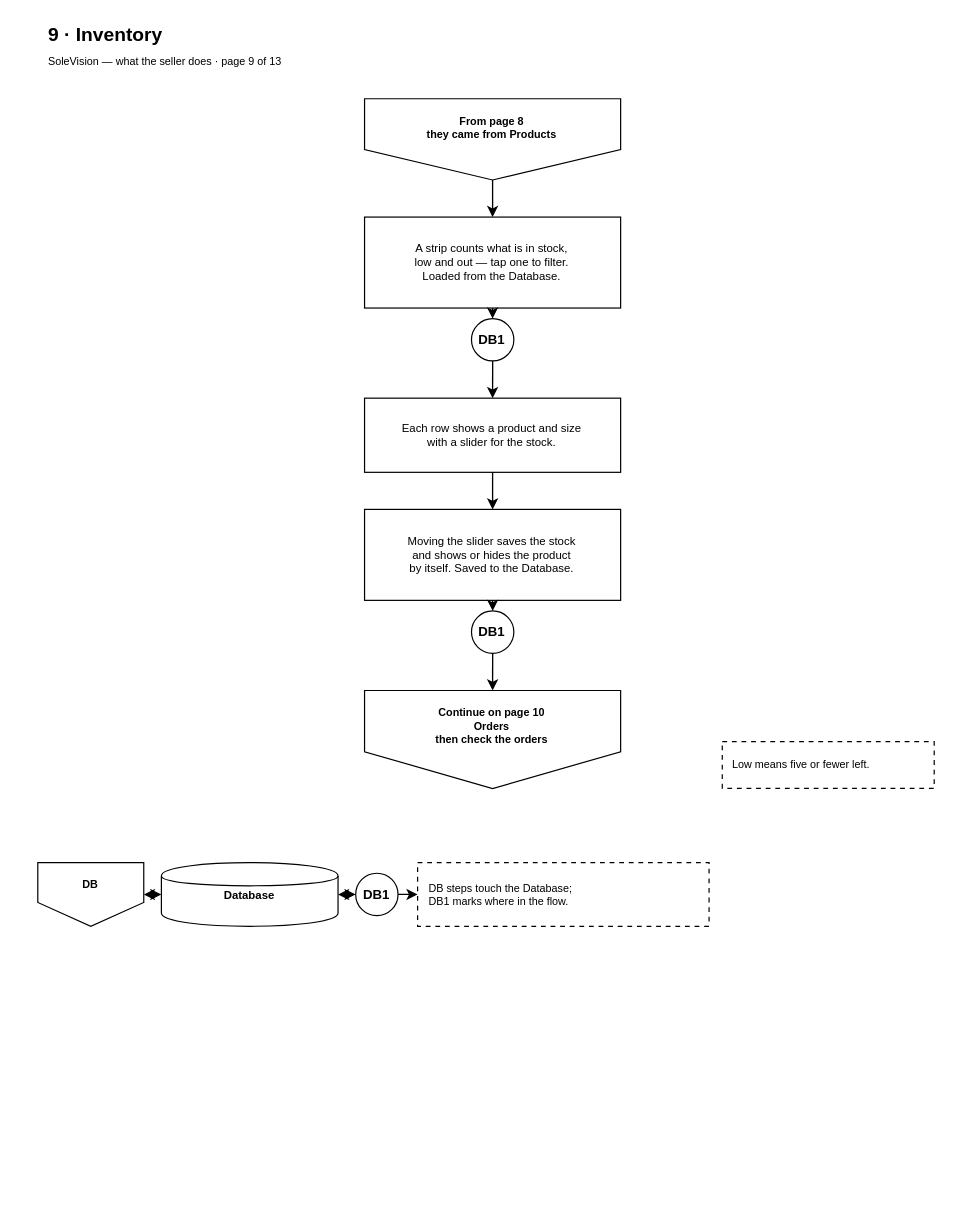
Above: page "9 Inventory" (9 of 19) of docs/diagrams/seller-journey-flowchart.drawio in kibs06/CUF (draw.io), before the change. Source tidied: cells renumbered, new cells numbered last; positions are measured from the earlier drawing's top-left corner, leaving out a move shared by most shapes. Both pictures are drawn from the tidied source at 120%, with x=0, y=0 at pixel (37, 20).
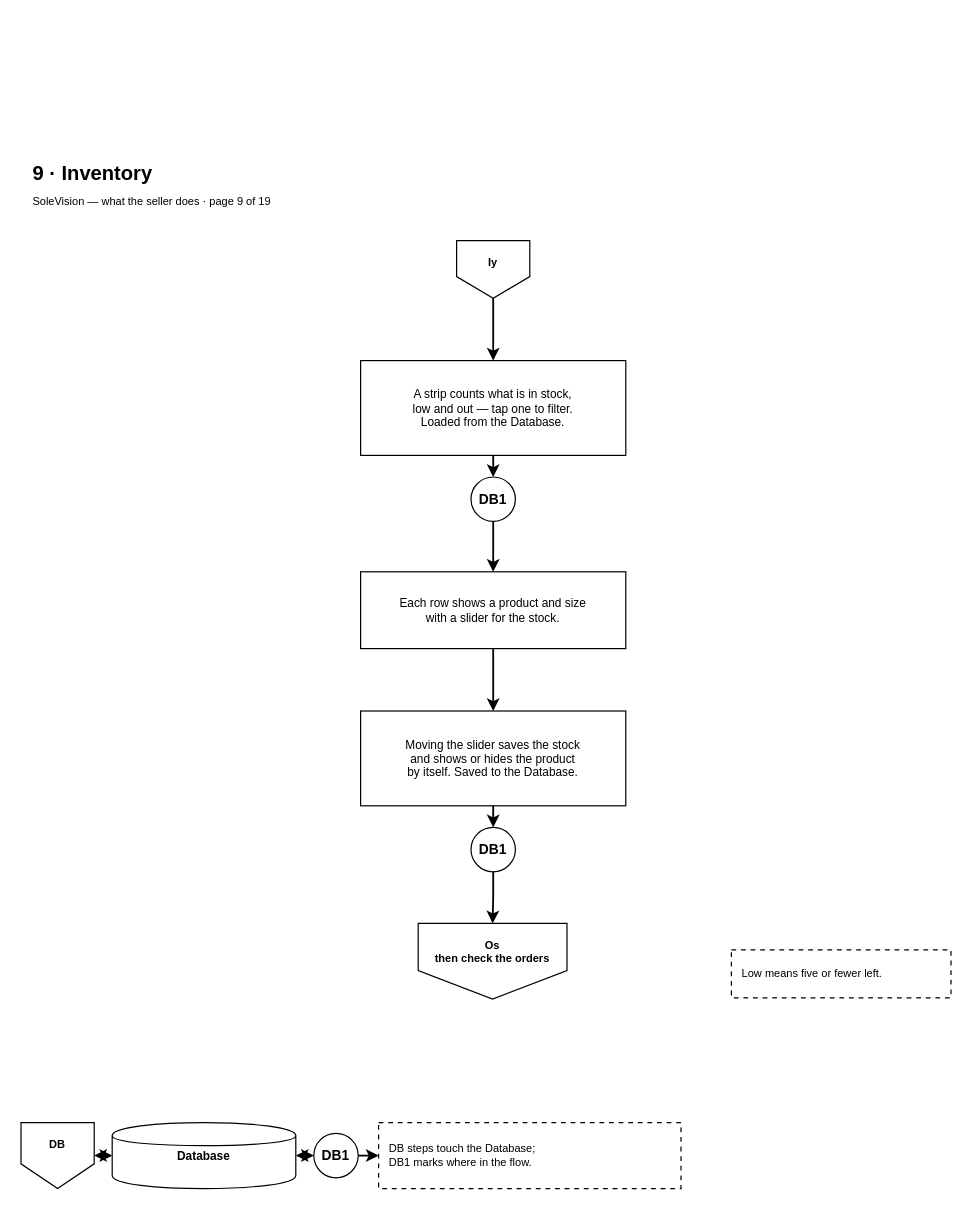
The same page after the edit.

Diff of the diagram source:
```diff
@@
-    <mxCell id="2" value="From page 8&lt;br&gt;they came from Products" style="shape=offPageConnector;whiteSpace=wrap;html=1;fillColor=none;strokeColor=light-dark(#000000,#FFFFFF);fontColor=light-dark(#000000,#FFFFFF);fontSize=9;fontStyle=1;verticalAlign=top;spacingTop=7.4;perimeter=rectanglePerimeter;" parent="1" vertex="1">
-      <mxGeometry x="272.3" y="64.8" width="213.4" height="67.7" as="geometry" />
+    <mxCell id="2" value="Iy" style="shape=offPageConnector;whiteSpace=wrap;html=1;fillColor=none;strokeColor=light-dark(#000000,#FFFFFF);fontColor=light-dark(#000000,#FFFFFF);fontSize=9.2;fontStyle=1;verticalAlign=top;spacingTop=7.6;perimeter=rectanglePerimeter;" parent="1" vertex="1">
+      <mxGeometry x="349" y="183" width="61" height="48" as="geometry" />
     </mxCell>
-    <mxCell id="3" value="A strip counts what is in stock,&lt;br&gt;low and out — tap one to filter.&lt;br&gt;Loaded from the Database." style="rounded=0;whiteSpace=wrap;html=1;fillColor=none;strokeColor=light-dark(#000000,#FFFFFF);fontColor=light-dark(#000000,#FFFFFF);fontSize=9.5;" parent="1" vertex="1">
-      <mxGeometry x="272.3" y="163.4" width="213.4" height="75.8" as="geometry" />
+    <mxCell id="3" value="A strip counts what is in stock,&lt;br&gt;low and out — tap one to filter.&lt;br&gt;Loaded from the Database." style="rounded=0;whiteSpace=wrap;html=1;fillColor=none;strokeColor=light-dark(#000000,#FFFFFF);fontColor=light-dark(#000000,#FFFFFF);fontSize=9.9;" parent="1" vertex="1">
+      <mxGeometry x="269" y="283" width="221" height="79" as="geometry" />
     </mxCell>
-    <mxCell id="4" value="DB1" style="ellipse;whiteSpace=wrap;html=1;fillColor=none;strokeColor=light-dark(#000000,#FFFFFF);fontColor=light-dark(#000000,#FFFFFF);fontSize=11;fontStyle=1;perimeter=ellipsePerimeter;" parent="1" vertex="1">
-      <mxGeometry x="361.4" y="248" width="35.3" height="35.3" as="geometry" />
+    <mxCell id="4" value="DB1" style="ellipse;whiteSpace=wrap;html=1;fillColor=none;strokeColor=light-dark(#000000,#FFFFFF);fontColor=light-dark(#000000,#FFFFFF);fontSize=11.5;fontStyle=1;perimeter=ellipsePerimeter;" parent="1" vertex="1">
+      <mxGeometry x="361" y="380" width="37" height="37" as="geometry" />
     </mxCell>
-    <mxCell id="5" value="Each row shows a product and size&lt;br&gt;with a slider for the stock." style="rounded=0;whiteSpace=wrap;html=1;fillColor=none;strokeColor=light-dark(#000000,#FFFFFF);fontColor=light-dark(#000000,#FFFFFF);fontSize=9.5;" parent="1" vertex="1">
-      <mxGeometry x="272.3" y="314.3" width="213.4" height="61.8" as="geometry" />
+    <mxCell id="5" value="Each row shows a product and size&lt;br&gt;with a slider for the stock." style="rounded=0;whiteSpace=wrap;html=1;fillColor=none;strokeColor=light-dark(#000000,#FFFFFF);fontColor=light-dark(#000000,#FFFFFF);fontSize=9.9;" parent="1" vertex="1">
+      <mxGeometry x="269" y="459" width="221" height="64" as="geometry" />
     </mxCell>
-    <mxCell id="6" value="Moving the slider saves the stock&lt;br&gt;and shows or hides the product&lt;br&gt;by itself. Saved to the Database." style="rounded=0;whiteSpace=wrap;html=1;fillColor=none;strokeColor=light-dark(#000000,#FFFFFF);fontColor=light-dark(#000000,#FFFFFF);fontSize=9.5;" parent="1" vertex="1">
-      <mxGeometry x="272.3" y="407" width="213.4" height="75.8" as="geometry" />
+    <mxCell id="6" value="Moving the slider saves the stock&lt;br&gt;and shows or hides the product&lt;br&gt;by itself. Saved to the Database." style="rounded=0;whiteSpace=wrap;html=1;fillColor=none;strokeColor=light-dark(#000000,#FFFFFF);fontColor=light-dark(#000000,#FFFFFF);fontSize=9.9;" parent="1" vertex="1">
+      <mxGeometry x="269" y="575" width="221" height="79" as="geometry" />
     </mxCell>
-    <mxCell id="7" value="DB1" style="ellipse;whiteSpace=wrap;html=1;fillColor=none;strokeColor=light-dark(#000000,#FFFFFF);fontColor=light-dark(#000000,#FFFFFF);fontSize=11;fontStyle=1;perimeter=ellipsePerimeter;" parent="1" vertex="1">
-      <mxGeometry x="361.4" y="491.6" width="35.3" height="35.3" as="geometry" />
+    <mxCell id="7" value="DB1" style="ellipse;whiteSpace=wrap;html=1;fillColor=none;strokeColor=light-dark(#000000,#FFFFFF);fontColor=light-dark(#000000,#FFFFFF);fontSize=11.5;fontStyle=1;perimeter=ellipsePerimeter;" parent="1" vertex="1">
+      <mxGeometry x="361" y="672" width="37" height="37" as="geometry" />
     </mxCell>
-    <mxCell id="8" value="Continue on page 10&lt;br&gt;Orders&lt;br&gt;then check the orders" style="shape=offPageConnector;whiteSpace=wrap;html=1;fillColor=none;strokeColor=light-dark(#000000,#FFFFFF);fontColor=light-dark(#000000,#FFFFFF);fontSize=9;fontStyle=1;verticalAlign=top;spacingTop=7.4;perimeter=rectanglePerimeter;" parent="1" vertex="1">
-      <mxGeometry x="272.3" y="557.9" width="213.4" height="81.7" as="geometry" />
+    <mxCell id="8" value="Os&lt;br&gt;then check the orders" style="shape=offPageConnector;whiteSpace=wrap;html=1;fillColor=none;strokeColor=light-dark(#000000,#FFFFFF);fontColor=light-dark(#000000,#FFFFFF);fontSize=9.2;fontStyle=1;verticalAlign=top;spacingTop=7.6;perimeter=rectanglePerimeter;" parent="1" vertex="1">
+      <mxGeometry x="317" y="752" width="124" height="63" as="geometry" />
     </mxCell>
-    <mxCell id="9" value="Low means five or fewer left." style="rounded=0;whiteSpace=wrap;html=1;dashed=1;dashPattern=4 4;fillColor=none;strokeColor=light-dark(#000000,#FFFFFF);fontColor=light-dark(#000000,#FFFFFF);fontSize=9;align=left;verticalAlign=middle;spacingLeft=7.4;spacingRight=7.4;" parent="1" vertex="1">
-      <mxGeometry x="570.4" y="600.5" width="176.6" height="39" as="geometry" />
+    <mxCell id="9" value="Low means five or fewer left." style="rounded=0;whiteSpace=wrap;html=1;dashed=1;dashPattern=4 4;fillColor=none;strokeColor=light-dark(#000000,#FFFFFF);fontColor=light-dark(#000000,#FFFFFF);fontSize=9.2;align=left;verticalAlign=middle;spacingLeft=7.6;spacingRight=7.6;" parent="1" vertex="1">
+      <mxGeometry x="578" y="774" width="183" height="40" as="geometry" />
     </mxCell>
-    <mxCell id="10" value="DB" style="shape=offPageConnector;whiteSpace=wrap;html=1;fillColor=none;strokeColor=light-dark(#000000,#FFFFFF);fontColor=light-dark(#000000,#FFFFFF);fontSize=9;fontStyle=1;verticalAlign=top;spacingTop=7.4;perimeter=rectanglePerimeter;" parent="1" vertex="1">
-      <mxGeometry y="701.4" width="88.3" height="53" as="geometry" />
+    <mxCell id="10" value="DB" style="shape=offPageConnector;whiteSpace=wrap;html=1;fillColor=none;strokeColor=light-dark(#000000,#FFFFFF);fontColor=light-dark(#000000,#FFFFFF);fontSize=9.2;fontStyle=1;verticalAlign=top;spacingTop=7.6;perimeter=rectanglePerimeter;" parent="1" vertex="1">
+      <mxGeometry x="-14" y="918" width="61" height="55" as="geometry" />
     </mxCell>
-    <mxCell id="11" value="Database" style="shape=cylinder;whiteSpace=wrap;html=1;fillColor=none;strokeColor=light-dark(#000000,#FFFFFF);fontColor=light-dark(#000000,#FFFFFF);fontSize=9.5;fontStyle=1;" parent="1" vertex="1">
-      <mxGeometry x="103" y="701.4" width="147.2" height="53" as="geometry" />
+    <mxCell id="11" value="Database" style="shape=cylinder;whiteSpace=wrap;html=1;fillColor=none;strokeColor=light-dark(#000000,#FFFFFF);fontColor=light-dark(#000000,#FFFFFF);fontSize=9.9;fontStyle=1;" parent="1" vertex="1">
+      <mxGeometry x="62" y="918" width="153" height="55" as="geometry" />
     </mxCell>
-    <mxCell id="12" value="DB1" style="ellipse;whiteSpace=wrap;html=1;fillColor=none;strokeColor=light-dark(#000000,#FFFFFF);fontColor=light-dark(#000000,#FFFFFF);fontSize=11;fontStyle=1;perimeter=ellipsePerimeter;" parent="1" vertex="1">
-      <mxGeometry x="264.9" y="710.2" width="35.3" height="35.3" as="geometry" />
+    <mxCell id="12" value="DB1" style="ellipse;whiteSpace=wrap;html=1;fillColor=none;strokeColor=light-dark(#000000,#FFFFFF);fontColor=light-dark(#000000,#FFFFFF);fontSize=11.5;fontStyle=1;perimeter=ellipsePerimeter;" parent="1" vertex="1">
+      <mxGeometry x="230" y="927" width="37" height="37" as="geometry" />
     </mxCell>
-    <mxCell id="13" value="DB steps touch the Database;&lt;br&gt;DB1 marks where in the flow." style="rounded=0;whiteSpace=wrap;html=1;dashed=1;dashPattern=4 4;fillColor=none;strokeColor=light-dark(#000000,#FFFFFF);fontColor=light-dark(#000000,#FFFFFF);fontSize=9;align=left;verticalAlign=middle;spacingLeft=7.4;spacingRight=7.4;" parent="1" vertex="1">
-      <mxGeometry x="316.5" y="701.4" width="242.9" height="53" as="geometry" />
+    <mxCell id="13" value="DB steps touch the Database;&lt;br&gt;DB1 marks where in the flow." style="rounded=0;whiteSpace=wrap;html=1;dashed=1;dashPattern=4 4;fillColor=none;strokeColor=light-dark(#000000,#FFFFFF);fontColor=light-dark(#000000,#FFFFFF);fontSize=9.2;align=left;verticalAlign=middle;spacingLeft=7.6;spacingRight=7.6;" parent="1" vertex="1">
+      <mxGeometry x="284" y="918" width="252" height="55" as="geometry" />
     </mxCell>
-    <mxCell id="14" value="9 · Inventory" style="text;html=1;fontSize=16;fontStyle=1;align=left;verticalAlign=middle;fontColor=light-dark(#000000,#FFFFFF);" parent="1" vertex="1">
-      <mxGeometry x="7.4" width="515.2" height="22.1" as="geometry" />
+    <mxCell id="14" value="9 · Inventory" style="text;html=1;fontSize=16.8;fontStyle=1;align=left;verticalAlign=middle;fontColor=light-dark(#000000,#FFFFFF);" parent="1" vertex="1">
+      <mxGeometry x="-6" y="116" width="534" height="23" as="geometry" />
     </mxCell>
-    <mxCell id="15" value="SoleVision — what the seller does · page 9 of 13" style="text;html=1;fontSize=9;align=left;verticalAlign=middle;fontColor=light-dark(#000000,#FFFFFF);" parent="1" vertex="1">
-      <mxGeometry x="7.4" y="25" width="515.2" height="17.7" as="geometry" />
+    <mxCell id="15" value="SoleVision — what the seller does · page 9 of 19" style="text;html=1;fontSize=9.2;align=left;verticalAlign=middle;fontColor=light-dark(#000000,#FFFFFF);" parent="1" vertex="1">
+      <mxGeometry x="-6" y="142" width="534" height="18" as="geometry" />
     </mxCell>
-    <mxCell id="16" style="edgeStyle=orthogonalEdgeStyle;rounded=0;html=1;endArrow=classic;endFill=1;strokeColor=light-dark(#000000,#FFFFFF);strokeWidth=1.1;fontSize=8;fontColor=light-dark(#000000,#FFFFFF);labelBackgroundColor=none;exitX=0.5;exitY=1;exitPerimeter=0;entryX=0.5;entryY=0;entryPerimeter=0;" parent="1" edge="1" source="2" target="3">
+    <mxCell id="16" style="edgeStyle=orthogonalEdgeStyle;rounded=0;jettySize=0;html=1;endArrow=classic;endFill=1;strokeColor=light-dark(#000000,#FFFFFF);strokeWidth=1.5;fontSize=9;fontColor=light-dark(#000000,#FFFFFF);labelBackgroundColor=none;exitX=0.5;exitY=1;exitPerimeter=0;entryX=0.5;entryY=0;entryPerimeter=0;" parent="1" edge="1" source="2" target="3">
       <mxGeometry relative="1" as="geometry">
-        <mxPoint y="-8.8" as="offset" />
+        <mxPoint y="-12" as="offset" />
       </mxGeometry>
     </mxCell>
-    <mxCell id="17" style="edgeStyle=orthogonalEdgeStyle;rounded=0;html=1;endArrow=classic;endFill=1;strokeColor=light-dark(#000000,#FFFFFF);strokeWidth=1.1;fontSize=8;fontColor=light-dark(#000000,#FFFFFF);labelBackgroundColor=none;exitX=0.5;exitY=1;exitPerimeter=0;entryX=0.5;entryY=0;entryPerimeter=0;" parent="1" edge="1" source="3" target="4">
+    <mxCell id="17" style="edgeStyle=orthogonalEdgeStyle;rounded=0;jettySize=0;html=1;endArrow=classic;endFill=1;strokeColor=light-dark(#000000,#FFFFFF);strokeWidth=1.5;fontSize=9;fontColor=light-dark(#000000,#FFFFFF);labelBackgroundColor=none;exitX=0.5;exitY=1;exitPerimeter=0;entryX=0.5;entryY=0;entryPerimeter=0;" parent="1" edge="1" source="3" target="4">
       <mxGeometry relative="1" as="geometry">
-        <mxPoint y="-8.8" as="offset" />
+        <mxPoint y="-12" as="offset" />
       </mxGeometry>
     </mxCell>
-    <mxCell id="18" style="edgeStyle=orthogonalEdgeStyle;rounded=0;html=1;endArrow=classic;endFill=1;strokeColor=light-dark(#000000,#FFFFFF);strokeWidth=1.1;fontSize=8;fontColor=light-dark(#000000,#FFFFFF);labelBackgroundColor=none;exitX=0.5;exitY=1;exitPerimeter=0;entryX=0.5;entryY=0;entryPerimeter=0;" parent="1" edge="1" source="4" target="5">
+    <mxCell id="18" style="edgeStyle=orthogonalEdgeStyle;rounded=0;jettySize=0;html=1;endArrow=classic;endFill=1;strokeColor=light-dark(#000000,#FFFFFF);strokeWidth=1.5;fontSize=9;fontColor=light-dark(#000000,#FFFFFF);labelBackgroundColor=none;exitX=0.5;exitY=1;exitPerimeter=0;entryX=0.5;entryY=0;entryPerimeter=0;" parent="1" edge="1" source="4" target="5">
       <mxGeometry relative="1" as="geometry">
-        <mxPoint y="-8.8" as="offset" />
+        <mxPoint y="-12" as="offset" />
       </mxGeometry>
     </mxCell>
-    <mxCell id="19" style="edgeStyle=orthogonalEdgeStyle;rounded=0;html=1;endArrow=classic;endFill=1;strokeColor=light-dark(#000000,#FFFFFF);strokeWidth=1.1;fontSize=8;fontColor=light-dark(#000000,#FFFFFF);labelBackgroundColor=none;exitX=0.5;exitY=1;exitPerimeter=0;entryX=0.5;entryY=0;entryPerimeter=0;" parent="1" edge="1" source="5" target="6">
+    <mxCell id="19" style="edgeStyle=orthogonalEdgeStyle;rounded=0;jettySize=0;html=1;endArrow=classic;endFill=1;strokeColor=light-dark(#000000,#FFFFFF);strokeWidth=1.5;fontSize=9;fontColor=light-dark(#000000,#FFFFFF);labelBackgroundColor=none;exitX=0.5;exitY=1;exitPerimeter=0;entryX=0.5;entryY=0;entryPerimeter=0;" parent="1" edge="1" source="5" target="6">
       <mxGeometry relative="1" as="geometry">
-        <mxPoint y="-8.8" as="offset" />
+        <mxPoint y="-12" as="offset" />
       </mxGeometry>
     </mxCell>
-    <mxCell id="20" style="edgeStyle=orthogonalEdgeStyle;rounded=0;html=1;endArrow=classic;endFill=1;strokeColor=light-dark(#000000,#FFFFFF);strokeWidth=1.1;fontSize=8;fontColor=light-dark(#000000,#FFFFFF);labelBackgroundColor=none;exitX=0.5;exitY=1;exitPerimeter=0;entryX=0.5;entryY=0;entryPerimeter=0;" parent="1" edge="1" source="6" target="7">
+    <mxCell id="20" style="edgeStyle=orthogonalEdgeStyle;rounded=0;jettySize=0;html=1;endArrow=classic;endFill=1;strokeColor=light-dark(#000000,#FFFFFF);strokeWidth=1.5;fontSize=9;fontColor=light-dark(#000000,#FFFFFF);labelBackgroundColor=none;exitX=0.5;exitY=1;exitPerimeter=0;entryX=0.5;entryY=0;entryPerimeter=0;" parent="1" edge="1" source="6" target="7">
       <mxGeometry relative="1" as="geometry">
-        <mxPoint y="-8.8" as="offset" />
+        <mxPoint y="-12" as="offset" />
       </mxGeometry>
     </mxCell>
-    <mxCell id="21" style="edgeStyle=orthogonalEdgeStyle;rounded=0;html=1;endArrow=classic;endFill=1;strokeColor=light-dark(#000000,#FFFFFF);strokeWidth=1.1;fontSize=8;fontColor=light-dark(#000000,#FFFFFF);labelBackgroundColor=none;exitX=0.5;exitY=1;exitPerimeter=0;entryX=0.5;entryY=0;entryPerimeter=0;" parent="1" edge="1" source="7" target="8">
+    <mxCell id="21" style="edgeStyle=orthogonalEdgeStyle;rounded=0;jettySize=0;html=1;endArrow=classic;endFill=1;strokeColor=light-dark(#000000,#FFFFFF);strokeWidth=1.5;fontSize=9;fontColor=light-dark(#000000,#FFFFFF);labelBackgroundColor=none;exitX=0.5;exitY=1;exitPerimeter=0;entryX=0.5;entryY=0;entryPerimeter=0;" parent="1" edge="1" source="7" target="8">
       <mxGeometry relative="1" as="geometry">
-        <mxPoint y="-8.8" as="offset" />
+        <mxPoint y="-12" as="offset" />
       </mxGeometry>
     </mxCell>
-    <mxCell id="22" style="edgeStyle=orthogonalEdgeStyle;rounded=0;html=1;endArrow=classic;endFill=1;strokeColor=light-dark(#000000,#FFFFFF);strokeWidth=1.1;fontSize=8;fontColor=light-dark(#000000,#FFFFFF);labelBackgroundColor=none;exitX=1;exitY=0.5;exitPerimeter=0;entryX=0;entryY=0.5;entryPerimeter=0;startArrow=classic;startFill=1;" parent="1" edge="1" source="10" target="11">
+    <mxCell id="22" style="edgeStyle=orthogonalEdgeStyle;rounded=0;jettySize=0;html=1;endArrow=classic;endFill=1;strokeColor=light-dark(#000000,#FFFFFF);strokeWidth=1.5;fontSize=9;fontColor=light-dark(#000000,#FFFFFF);labelBackgroundColor=none;exitX=1;exitY=0.5;exitPerimeter=0;entryX=0;entryY=0.5;entryPerimeter=0;startArrow=classic;startFill=1;" parent="1" edge="1" source="10" target="11">
       <mxGeometry relative="1" as="geometry">
-        <mxPoint y="-8.8" as="offset" />
+        <mxPoint y="-12" as="offset" />
       </mxGeometry>
     </mxCell>
-    <mxCell id="23" style="edgeStyle=orthogonalEdgeStyle;rounded=0;html=1;endArrow=classic;endFill=1;strokeColor=light-dark(#000000,#FFFFFF);strokeWidth=1.1;fontSize=8;fontColor=light-dark(#000000,#FFFFFF);labelBackgroundColor=none;exitX=1;exitY=0.5;exitPerimeter=0;entryX=0;entryY=0.5;entryPerimeter=0;startArrow=classic;startFill=1;" parent="1" edge="1" source="11" target="12">
+    <mxCell id="23" style="edgeStyle=orthogonalEdgeStyle;rounded=0;jettySize=0;html=1;endArrow=classic;endFill=1;strokeColor=light-dark(#000000,#FFFFFF);strokeWidth=1.5;fontSize=9;fontColor=light-dark(#000000,#FFFFFF);labelBackgroundColor=none;exitX=1;exitY=0.5;exitPerimeter=0;entryX=0;entryY=0.5;entryPerimeter=0;startArrow=classic;startFill=1;" parent="1" edge="1" source="11" target="12">
       <mxGeometry relative="1" as="geometry">
-        <mxPoint y="-8.8" as="offset" />
+        <mxPoint y="-12" as="offset" />
       </mxGeometry>
     </mxCell>
-    <mxCell id="24" style="edgeStyle=orthogonalEdgeStyle;rounded=0;html=1;endArrow=classic;endFill=1;strokeColor=light-dark(#000000,#FFFFFF);strokeWidth=1.1;fontSize=8;fontColor=light-dark(#000000,#FFFFFF);labelBackgroundColor=none;exitX=1;exitY=0.5;exitPerimeter=0;entryX=0;entryY=0.5;entryPerimeter=0;" parent="1" edge="1" source="12" target="13">
+    <mxCell id="24" style="edgeStyle=orthogonalEdgeStyle;rounded=0;jettySize=0;html=1;endArrow=classic;endFill=1;strokeColor=light-dark(#000000,#FFFFFF);strokeWidth=1.5;fontSize=9;fontColor=light-dark(#000000,#FFFFFF);labelBackgroundColor=none;exitX=1;exitY=0.5;exitPerimeter=0;entryX=0;entryY=0.5;entryPerimeter=0;" parent="1" edge="1" source="12" target="13">
       <mxGeometry relative="1" as="geometry">
-        <mxPoint y="-8.8" as="offset" />
+        <mxPoint y="-12" as="offset" />
       </mxGeometry>
     </mxCell>
```
